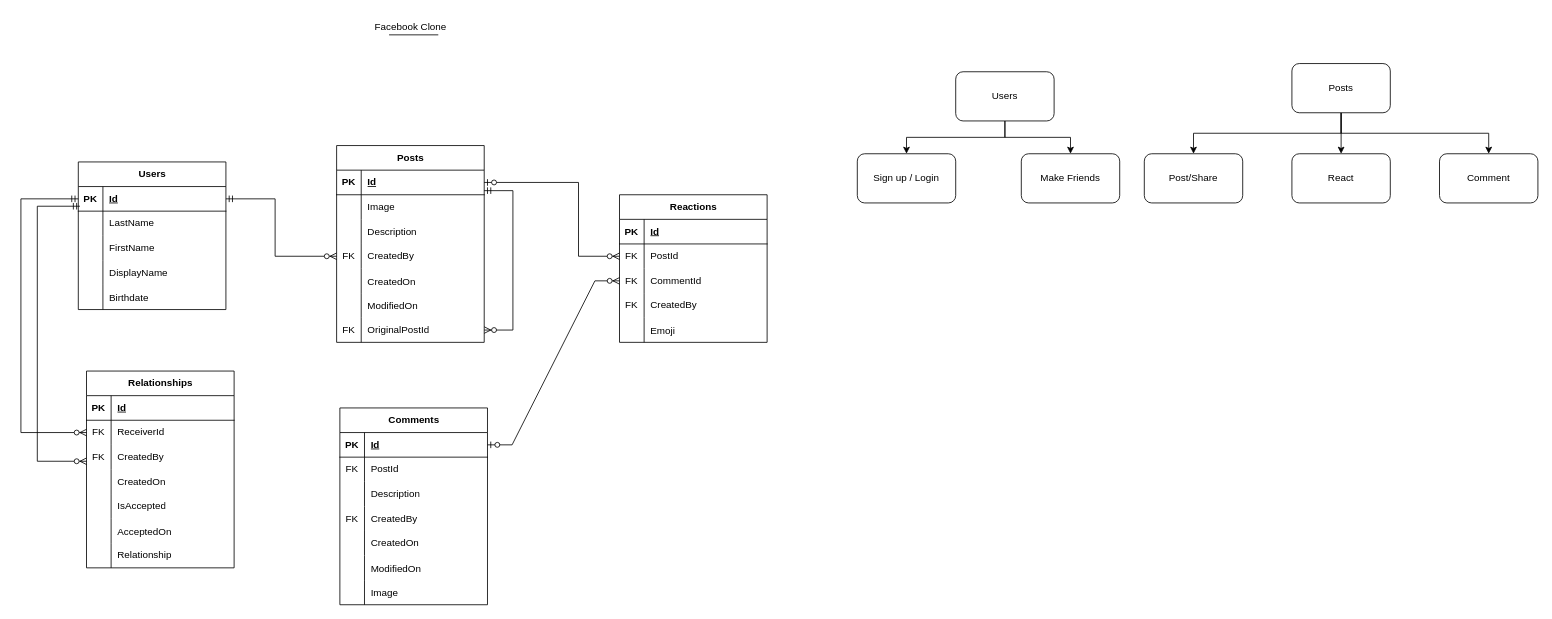
The draw.io diagram Facebook-ERD.drawio in ken999999999999999/facebook-clone, before the edit. Source tidied: cells renumbered, new cells numbered last; positions are measured from the earlier drawing's top-left corner, leaving out a move shared by most shapes. Both pictures are drawn from the tidied source at 82%, with x=0, y=0 at pixel (20, 14).
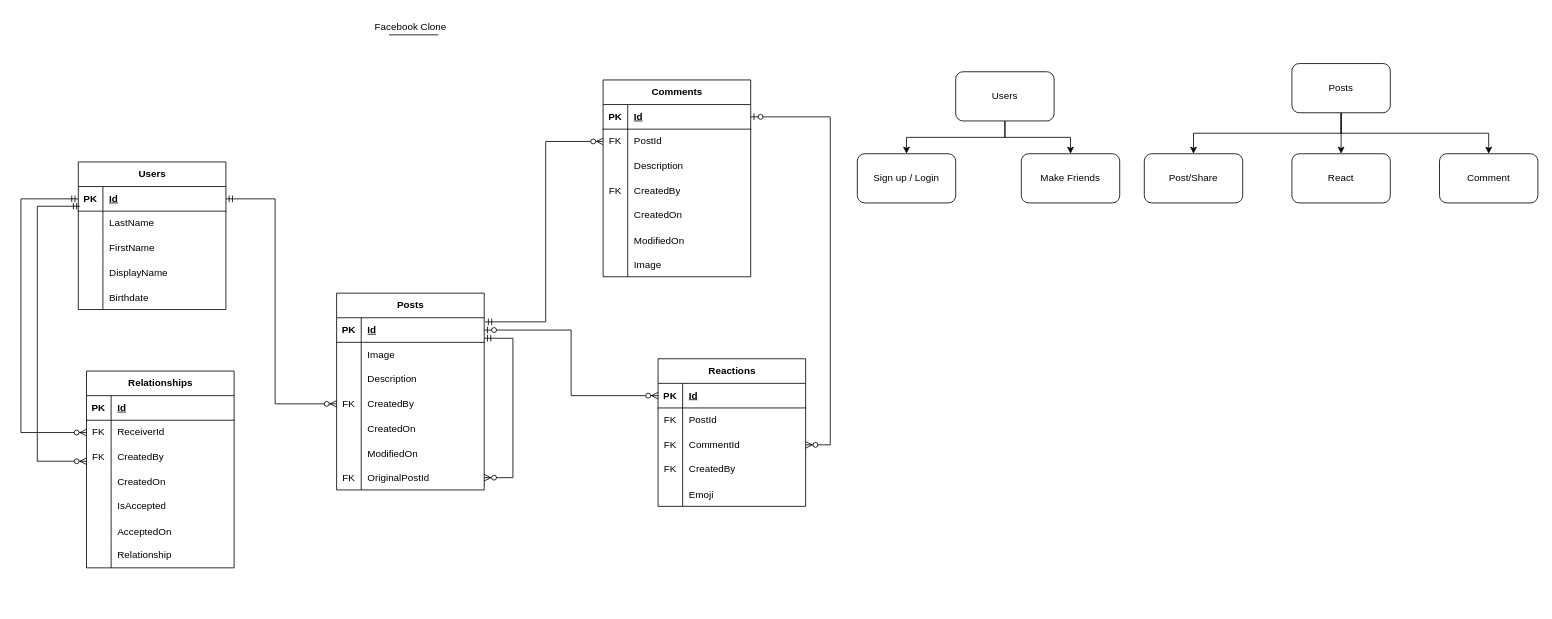
The same diagram, later.

Unchanged cells that the change refers to:
```xml
<mxCell id="21" style="shape=tableRow;horizontal=0;startSize=0;swimlaneHead=0;swimlaneBody=0;fillColor=none;points=[[0,0.5],[1,0.5]];portConstraint=eastwest;top=0;left=0;right=0;bottom=1;" parent="20" vertex="1">
  <mxGeometry y="30" width="180" height="30" as="geometry" />
</mxCell>
<mxCell id="69" style="shape=tableRow;horizontal=0;startSize=0;swimlaneHead=0;swimlaneBody=0;fillColor=none;points=[[0,0.5],[1,0.5]];portConstraint=eastwest;top=0;left=0;right=0;bottom=0;" parent="65" vertex="1">
  <mxGeometry y="60" width="180" height="30" as="geometry" />
</mxCell>
<mxCell id="100" style="shape=tableRow;horizontal=0;startSize=0;swimlaneHead=0;swimlaneBody=0;fillColor=none;points=[[0,0.5],[1,0.5]];portConstraint=eastwest;top=0;left=0;right=0;bottom=1;" parent="99" vertex="1">
  <mxGeometry y="30" width="180" height="30" as="geometry" />
</mxCell>
<mxCell id="103" style="shape=tableRow;horizontal=0;startSize=0;swimlaneHead=0;swimlaneBody=0;fillColor=none;points=[[0,0.5],[1,0.5]];portConstraint=eastwest;top=0;left=0;right=0;bottom=0;" parent="99" vertex="1">
  <mxGeometry y="60" width="180" height="30" as="geometry" />
</mxCell>
```

Diff of the diagram source:
```diff
@@
     <mxCell id="20" value="Posts" style="shape=table;startSize=30;childLayout=tableLayout;rowLines=0;fontStyle=1;align=center;html=1;" parent="1" vertex="1">
-      <mxGeometry x="385" y="160" width="180" height="240" as="geometry" />
+      <mxGeometry x="385" y="340" width="180" height="240" as="geometry" />
     </mxCell>
@@
     <mxCell id="65" value="Comments" style="shape=table;startSize=30;childLayout=tableLayout;rowLines=0;fontStyle=1;align=center;html=1;" parent="1" vertex="1">
-      <mxGeometry x="389" y="480" width="180" height="240" as="geometry" />
+      <mxGeometry x="710" y="80" width="180" height="240" as="geometry" />
     </mxCell>
@@
     <mxCell id="99" value="Reactions" style="shape=table;startSize=30;childLayout=tableLayout;rowLines=0;fontStyle=1;align=center;html=1;" parent="1" vertex="1">
-      <mxGeometry x="730" y="220" width="180" height="180" as="geometry" />
+      <mxGeometry x="777" y="420" width="180" height="180" as="geometry" />
     </mxCell>
@@
-    <mxCell id="118" style="edgeStyle=orthogonalEdgeStyle;fontSize=12;html=1;endArrow=ERzeroToMany;startArrow=ERzeroToOne;rounded=0;exitX=1;exitY=0.5;exitDx=0;exitDy=0;" parent="1" edge="1" source="21" target="103">
-      <mxGeometry relative="1" as="geometry">
-        <Array as="points">
-          <mxPoint x="680" y="205" />
-          <mxPoint x="680" y="295" />
-        </Array>
-      </mxGeometry>
+    <mxCell id="118" style="edgeStyle=elbowEdgeStyle;fontSize=12;html=1;endArrow=ERzeroToMany;startArrow=ERzeroToOne;rounded=0;exitX=1;exitY=0.5;exitDx=0;exitDy=0;entryX=0;entryY=0.5;entryDx=0;entryDy=0;" parent="1" edge="1" source="21" target="100">
+      <mxGeometry relative="1" as="geometry" />
     </mxCell>
@@
+    <mxCell id="120" style="fontSize=12;html=1;endArrow=ERzeroToMany;startArrow=ERmandOne;rounded=0;exitX=1.006;exitY=0.167;exitDx=0;exitDy=0;edgeStyle=elbowEdgeStyle;entryX=0;entryY=0.5;entryDx=0;entryDy=0;exitPerimeter=0;" parent="1" edge="1" source="21" target="69">
+      <mxGeometry relative="1" as="geometry">
+        <Array as="points">
+          <mxPoint x="640" y="370" />
+        </Array>
+      </mxGeometry>
+    </mxCell>
```
